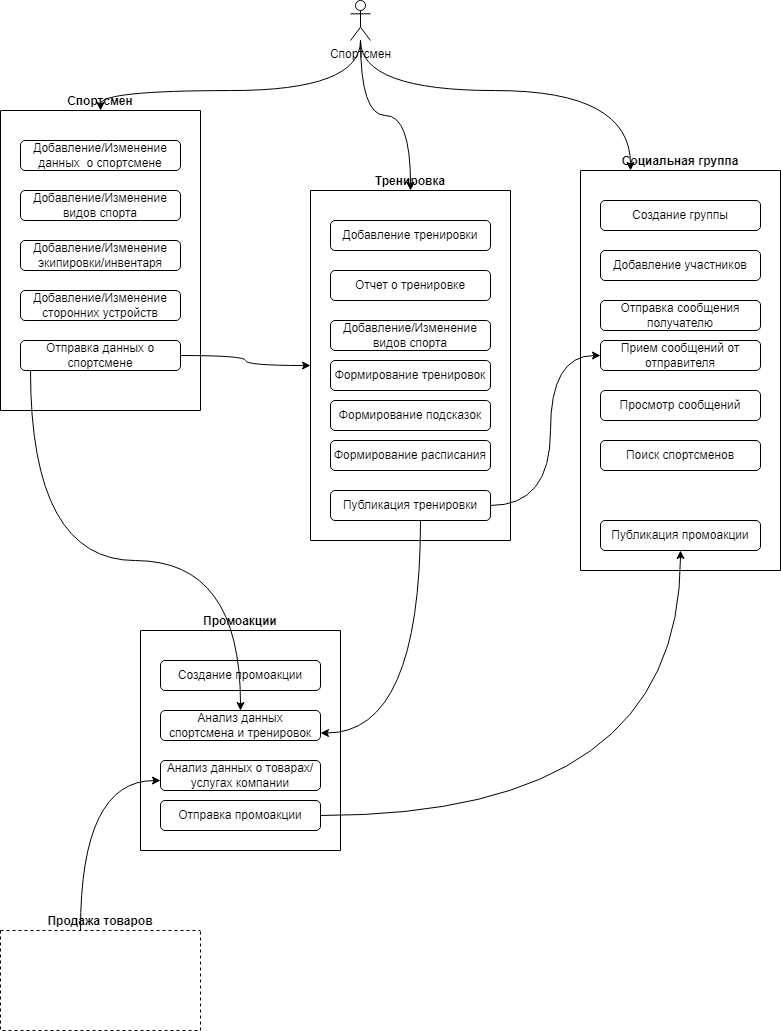
The draw.io diagram docs/img/SkillBox_dip_vw_func.png in aibolnu/dip_skillbox_2024, before a commit. Source tidied: cells renumbered, new cells last; positions are measured from the earlier drawing's top-left corner, leaving out a move shared by most shapes.
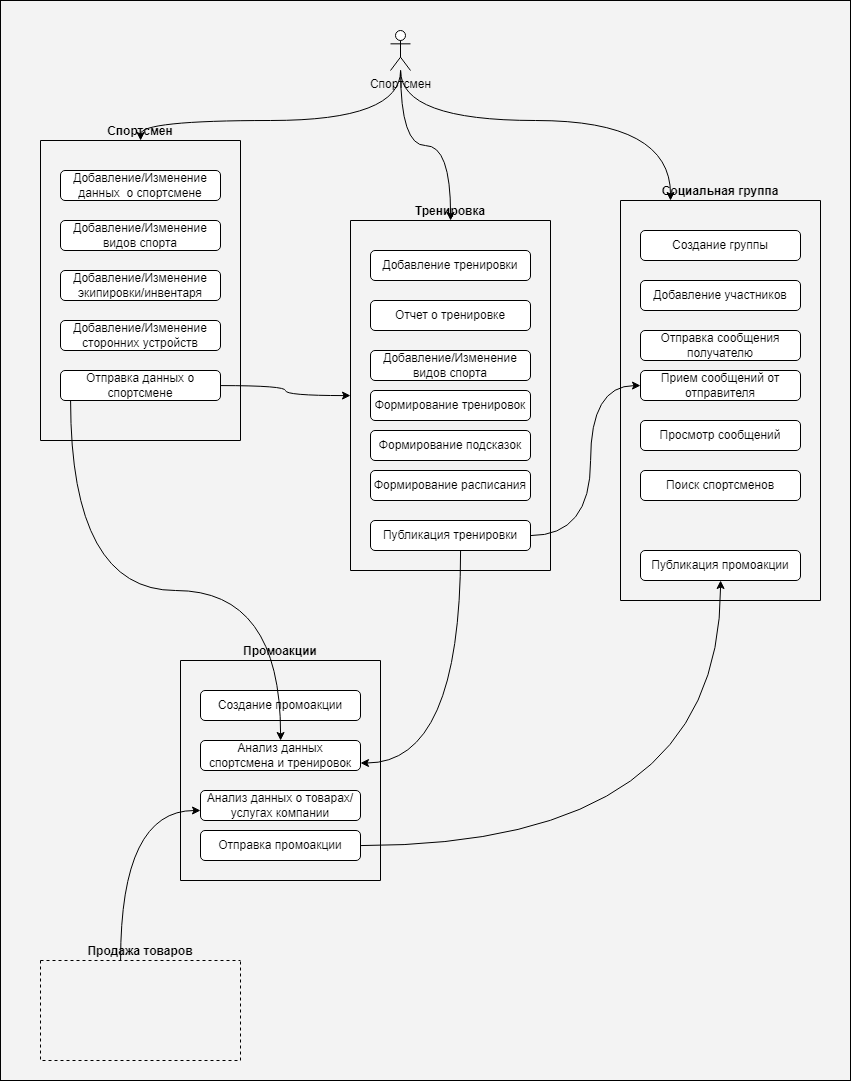
After the commit.

The edit, as a diff of the source:
```diff
@@ -2,6 +2,9 @@
   <root>
     <mxCell id="0" />
     <mxCell id="1" parent="0" />
+    <mxCell id="40" style="rounded=0;whiteSpace=wrap;html=1;fillColor=#F3F3F3;" parent="1" vertex="1">
+      <mxGeometry x="-40" y="-30" width="850" height="1080" as="geometry" />
+    </mxCell>
     <mxCell id="2" value="Спортсмен" style="swimlane;startSize=0;verticalAlign=bottom;labelPosition=center;verticalLabelPosition=top;align=center;" parent="1" vertex="1">
       <mxGeometry y="110" width="200" height="300" as="geometry" />
     </mxCell>
```
